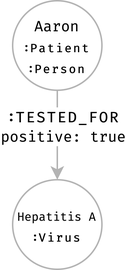
Before: examples/hospital/images/tested-for.png, a diagram exported from draw.io (Emanuele-Falzone-PhD-Thesis/seraph-example). Source tidied: cells renumbered, new cells last; positions are measured from the earlier drawing's top-left corner, leaving out a move shared by most shapes.
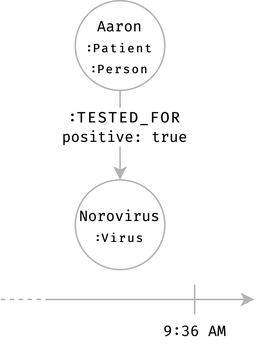
The same file after the commit.

Commit message:
Update images using Norovirus

Diff of the diagram source:
```diff
@@ -13,8 +13,35 @@
     <mxCell id="4" value="&lt;font style=&quot;font-family: &amp;#34;fira code&amp;#34; ; font-size: 10px&quot;&gt;Aaron&lt;/font&gt;&lt;br style=&quot;font-family: &amp;#34;fira code&amp;#34; ; font-size: 10px&quot;&gt;&lt;b style=&quot;font-family: &amp;#34;fira code&amp;#34; ; font-size: 8px&quot;&gt;:Patient&lt;br&gt;:Person&lt;/b&gt;&lt;font face=&quot;Fira Code&quot;&gt;&lt;br&gt;&lt;/font&gt;" style="ellipse;whiteSpace=wrap;html=1;strokeWidth=1;strokeColor=#B3B3B3;" parent="1" vertex="1">
       <mxGeometry width="60" height="60" as="geometry" />
     </mxCell>
-    <mxCell id="5" value="&lt;font style=&quot;font-family: &amp;#34;fira code&amp;#34;&quot;&gt;&lt;font&gt;&lt;span style=&quot;font-size: 8px&quot;&gt;Hepatitis A&lt;/span&gt;&lt;font size=&quot;1&quot;&gt;&lt;br&gt;&lt;/font&gt;&lt;/font&gt;&lt;b style=&quot;font-size: 8px&quot;&gt;:Virus&lt;/b&gt;&lt;/font&gt;&lt;font face=&quot;Fira Code&quot;&gt;&lt;br&gt;&lt;/font&gt;" style="ellipse;whiteSpace=wrap;html=1;strokeWidth=1;strokeColor=#B3B3B3;" parent="1" vertex="1">
+    <mxCell id="5" value="&lt;font style=&quot;font-size: 10px ; font-family: &amp;#34;fira code&amp;#34;&quot;&gt;Norovirus&lt;/font&gt;&lt;br style=&quot;font-size: 10px ; font-family: &amp;#34;fira code&amp;#34;&quot;&gt;&lt;b style=&quot;font-family: &amp;#34;fira code&amp;#34; ; font-size: 8px&quot;&gt;:Virus&lt;/b&gt;&lt;font face=&quot;Fira Code&quot;&gt;&lt;br&gt;&lt;/font&gt;" style="ellipse;whiteSpace=wrap;html=1;strokeWidth=1;strokeColor=#B3B3B3;" parent="1" vertex="1">
       <mxGeometry y="120" width="60" height="60" as="geometry" />
     </mxCell>
+    <mxCell id="6" style="endArrow=none;html=1;strokeColor=#B3B3B3;fontFamily=Fira Code;fontSource=https%3A%2F%2Ffonts.googleapis.com%2Fcss%3Ffamily%3DFira%2BCode;fontSize=10;endFill=0;" parent="1" edge="1">
+      <mxGeometry relative="1" as="geometry">
+        <mxPoint x="-20" y="200" as="sourcePoint" />
+        <mxPoint x="90" y="200" as="targetPoint" />
+      </mxGeometry>
+    </mxCell>
+    <mxCell id="7" style="endArrow=classic;html=1;strokeColor=#B3B3B3;fontFamily=Fira Code;fontSource=https%3A%2F%2Ffonts.googleapis.com%2Fcss%3Ffamily%3DFira%2BCode;fontSize=10;endFill=1;" parent="1" edge="1">
+      <mxGeometry relative="1" as="geometry">
+        <mxPoint x="90" y="200" as="sourcePoint" />
+        <mxPoint x="120" y="200" as="targetPoint" />
+      </mxGeometry>
+    </mxCell>
+    <mxCell id="8" style="endArrow=none;dashed=1;html=1;strokeColor=#B3B3B3;fontFamily=Fira Code;fontSource=https%3A%2F%2Ffonts.googleapis.com%2Fcss%3Ffamily%3DFira%2BCode;fontSize=10;" parent="1" edge="1">
+      <mxGeometry relative="1" as="geometry">
+        <mxPoint x="-50" y="200" as="sourcePoint" />
+        <mxPoint x="-20" y="200" as="targetPoint" />
+      </mxGeometry>
+    </mxCell>
+    <mxCell id="9" style="endArrow=none;html=1;strokeColor=#B3B3B3;" parent="1" edge="1">
+      <mxGeometry relative="1" as="geometry">
+        <mxPoint x="80" y="210" as="sourcePoint" />
+        <mxPoint x="80" y="190" as="targetPoint" />
+      </mxGeometry>
+    </mxCell>
+    <mxCell id="10" value="&lt;font face=&quot;Fira Code&quot; style=&quot;font-size: 10px&quot;&gt;9:36 AM&lt;/font&gt;" style="text;html=1;align=center;verticalAlign=middle;spacing=0;" parent="1" vertex="1">
+      <mxGeometry x="50" y="210" width="60" height="20" as="geometry" />
+    </mxCell>
   </root>
 </mxGraphModel>
```
